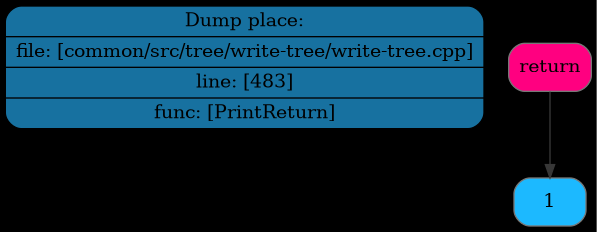
Maksim-Sebelev/Language keeps this Graphviz diagram as dot/node/img/node1.png. Above is the earlier version. Its source is kept beside it as dot/node/dot/node1.dot. Its diagram source:
```dot
digraph G{
rankdir=TB
graph [bgcolor="#000000"];
place[shape=Mrecord, style=filled, fillcolor="#1771a0", pos="0,1!",label = " { Dump place: | file: [common/src/tree/write-tree/write-tree.cpp] | line: [483] | func: [PrintReturn] } "color = "#000000"];
node0x507000000640[shape=Mrecord, style=filled, fillcolor="#FF0080"label = "return", color = "#777777"];
node0x5070000005d0[shape=Mrecord, style=filled, fillcolor="#1cb9ff"label = "1", color = "#777777"];
edge[color="#373737"];
node0x507000000640->node0x5070000005d0;
}
```
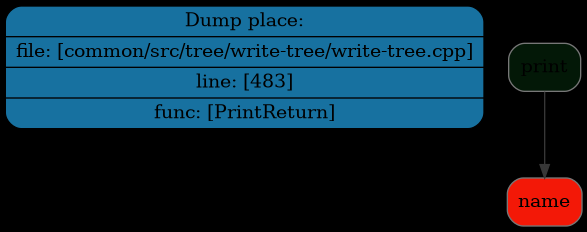
After the change.

What changed in the source:
```diff
@@ -2,8 +2,8 @@
 rankdir=TB
 graph [bgcolor="#000000"];
 place[shape=Mrecord, style=filled, fillcolor="#1771a0", pos="0,1!",label = " { Dump place: | file: [common/src/tree/write-tree/write-tree.cpp] | line: [483] | func: [PrintReturn] } "color = "#000000"];
-node0x507000000640[shape=Mrecord, style=filled, fillcolor="#FF0080"label = "return", color = "#777777"];
-node0x5070000005d0[shape=Mrecord, style=filled, fillcolor="#1cb9ff"label = "1", color = "#777777"];
+node0x5070000005d0[shape=Mrecord, style=filled, fillcolor="#031807"label = "print", color = "#777777"];
+node0x507000000560[shape=Mrecord, style=filled, fillcolor="#f31807"label = "name", color = "#777777"];
 edge[color="#373737"];
-node0x507000000640->node0x5070000005d0;
+node0x5070000005d0->node0x507000000560;
 }
```
